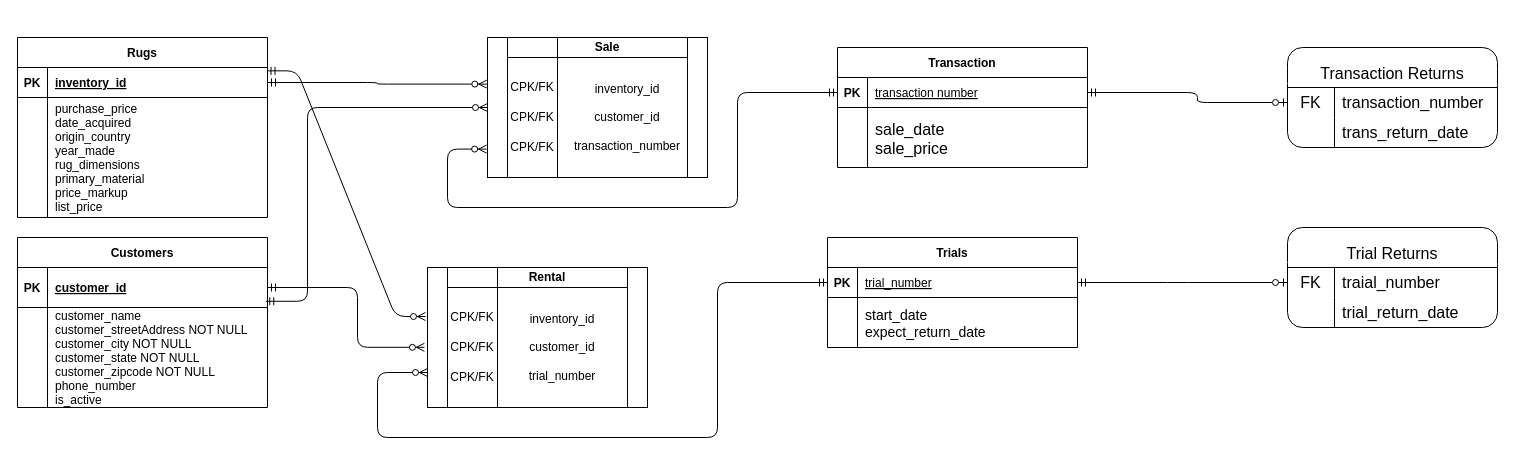
The draw.io diagram Lab04.drawio in m0dileClements/mOdileClements, before the edit. Source tidied: cells renumbered, new cells numbered last; positions are measured from the earlier drawing's top-left corner, leaving out a move shared by most shapes. Both pictures are drawn from the tidied source at 100%, with x=0, y=0 at pixel (17, 37).
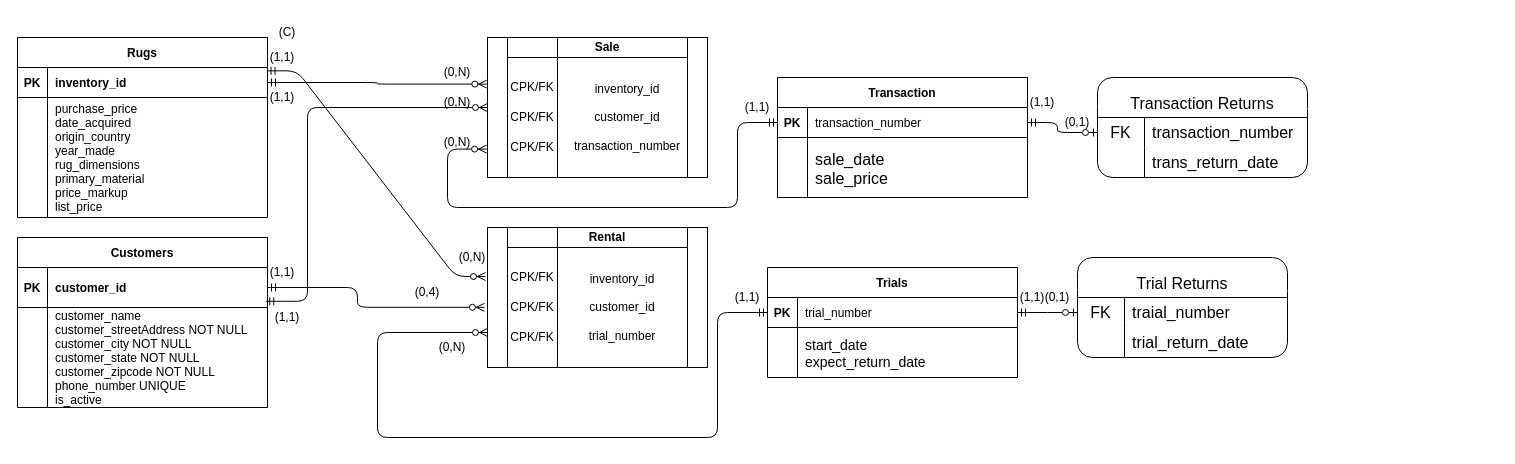
The same page after the edit.

Commit message:
Update Degree Participation Lab04.drawio

Unchanged cells that the change refers to:
```xml
<mxCell id="4" style="shape=partialRectangle;fillColor=none;points=[[0,0.5],[1,0.5]];portConstraint=eastwest;top=0;left=0;right=0;bottom=1;" parent="3" vertex="1">
  <mxGeometry y="30" width="250" height="40" as="geometry" />
</mxCell>
<mxCell id="7" style="shape=partialRectangle;fillColor=none;top=0;left=0;right=0;bottom=0;" parent="3" vertex="1">
  <mxGeometry y="70" width="250" height="100" as="geometry" />
</mxCell>
<mxCell id="11" style="shape=partialRectangle;fillColor=none;points=[[0,0.5],[1,0.5]];portConstraint=eastwest;top=0;left=0;right=0;bottom=1;" parent="10" vertex="1">
  <mxGeometry y="30" width="250" height="30" as="geometry" />
</mxCell>
<mxCell id="18" style="shape=partialRectangle;fillColor=none;points=[[0,0.5],[1,0.5]];portConstraint=eastwest;top=0;left=0;right=0;bottom=1;" parent="17" vertex="1">
  <mxGeometry y="30" width="250" height="30" as="geometry" />
</mxCell>
<mxCell id="25" style="shape=process;whiteSpace=wrap;html=1;backgroundOutline=1;fillStyle=solid;" parent="24" vertex="1">
  <mxGeometry width="220" height="140" as="geometry" />
</mxCell>
<mxCell id="34" style="shape=partialRectangle;fillColor=none;points=[[0,0.5],[1,0.5]];portConstraint=eastwest;top=0;left=0;right=0;bottom=1;" parent="33" vertex="1">
  <mxGeometry y="30" width="250" height="30" as="geometry" />
</mxCell>
<mxCell id="43" style="shape=tableRow;horizontal=0;startSize=0;swimlaneHead=0;swimlaneBody=0;top=0;left=0;bottom=0;right=0;fillColor=none;points=[[0,0.5],[1,0.5]];portConstraint=eastwest;strokeColor=inherit;fontSize=16;" parent="42" vertex="1">
  <mxGeometry y="30" width="210" height="30" as="geometry" />
</mxCell>
<mxCell id="52" style="shape=tableRow;horizontal=0;startSize=0;swimlaneHead=0;swimlaneBody=0;top=0;left=0;bottom=0;right=0;fillColor=none;points=[[0,0.5],[1,0.5]];portConstraint=eastwest;strokeColor=inherit;fontSize=16;" parent="51" vertex="1">
  <mxGeometry y="30" width="210" height="30" as="geometry" />
</mxCell>
<mxCell id="60" style="group;" parent="1" vertex="1">
  <mxGeometry x="470" width="220" height="140" as="geometry" />
</mxCell>
<mxCell id="61" style="shape=process;whiteSpace=wrap;html=1;backgroundOutline=1;fillStyle=solid;" parent="60" vertex="1">
  <mxGeometry width="220" height="140" as="geometry" />
</mxCell>
```

Change to the diagram source:
```diff
@@
-    <mxCell id="6" value="customer_id" style="shape=partialRectangle;overflow=hidden;fillColor=none;top=0;left=0;bottom=0;right=0;align=left;spacingLeft=6;fontStyle=5;" parent="4" vertex="1">
+    <mxCell id="6" value="customer_id" style="shape=partialRectangle;overflow=hidden;fillColor=none;top=0;left=0;bottom=0;right=0;align=left;spacingLeft=6;fontStyle=1;" parent="4" vertex="1">
       <mxGeometry x="30" width="220" height="40" as="geometry" />
     </mxCell>
@@
-    <mxCell id="9" value="customer_name &#10;customer_streetAddress NOT NULL&#10;customer_city NOT NULL&#10;customer_state NOT NULL&#10;customer_zipcode NOT NULL&#10;phone_number&#10;is_active" style="shape=partialRectangle;overflow=hidden;fillColor=none;top=0;left=0;bottom=0;right=0;align=left;spacingLeft=6;" parent="7" vertex="1">
+    <mxCell id="9" value="customer_name &#10;customer_streetAddress NOT NULL&#10;customer_city NOT NULL&#10;customer_state NOT NULL&#10;customer_zipcode NOT NULL&#10;phone_number UNIQUE&#10;is_active" style="shape=partialRectangle;overflow=hidden;fillColor=none;top=0;left=0;bottom=0;right=0;align=left;spacingLeft=6;strokeColor=#FF3333;" parent="7" vertex="1">
       <mxGeometry x="30" width="220" height="100" as="geometry" />
     </mxCell>
     <mxCell id="10" value="Transaction" style="shape=table;startSize=30;childLayout=tableLayout;rowLines=0;fontStyle=1;align=center;" parent="1" vertex="1">
-      <mxGeometry x="820" y="10" width="250" height="120" as="geometry" />
+      <mxGeometry x="760" y="40" width="250" height="120" as="geometry" />
     </mxCell>
@@
-    <mxCell id="13" value="transaction number" style="shape=partialRectangle;overflow=hidden;fillColor=none;top=0;left=0;bottom=0;right=0;align=left;spacingLeft=6;fontStyle=4;" parent="11" vertex="1">
+    <mxCell id="13" value="transaction_number" style="shape=partialRectangle;overflow=hidden;fillColor=none;top=0;left=0;bottom=0;right=0;align=left;spacingLeft=6;fontStyle=0;" parent="11" vertex="1">
       <mxGeometry x="30" width="220" height="30" as="geometry" />
     </mxCell>
@@
-    <mxCell id="20" value="inventory_id" style="shape=partialRectangle;overflow=hidden;fillColor=none;top=0;left=0;bottom=0;right=0;align=left;spacingLeft=6;fontStyle=5;" parent="18" vertex="1">
+    <mxCell id="20" value="inventory_id" style="shape=partialRectangle;overflow=hidden;fillColor=none;top=0;left=0;bottom=0;right=0;align=left;spacingLeft=6;fontStyle=1;" parent="18" vertex="1">
       <mxGeometry x="30" width="220" height="30" as="geometry" />
     </mxCell>
@@
     <mxCell id="24" style="group;" parent="1" vertex="1">
-      <mxGeometry x="410" y="230" width="220" height="140" as="geometry" />
+      <mxGeometry x="470" y="190" width="220" height="140" as="geometry" />
     </mxCell>
@@
     <mxCell id="32" style="edgeStyle=orthogonalEdgeStyle;endArrow=ERzeroToMany;startArrow=ERmandOne;endFill=1;startFill=0;entryX=-0.014;entryY=0.57;entryDx=0;entryDy=0;exitX=1;exitY=0.5;exitDx=0;exitDy=0;entryPerimeter=0;" parent="1" edge="1" source="4" target="25">
       <mxGeometry relative="1" as="geometry">
         <Array as="points">
           <mxPoint x="340" y="250" />
-          <mxPoint x="340" y="310" />
+          <mxPoint x="340" y="270" />
         </Array>
       </mxGeometry>
     </mxCell>
     <mxCell id="33" value="Trials" style="shape=table;startSize=30;childLayout=tableLayout;rowLines=0;fontStyle=1;align=center;" parent="1" vertex="1">
-      <mxGeometry x="810" y="200" width="250" height="110" as="geometry" />
+      <mxGeometry x="750" y="230" width="250" height="110" as="geometry" />
     </mxCell>
@@
-    <mxCell id="36" value="trial_number" style="shape=partialRectangle;overflow=hidden;fillColor=none;top=0;left=0;bottom=0;right=0;align=left;spacingLeft=6;fontStyle=4;" parent="34" vertex="1">
+    <mxCell id="36" value="trial_number" style="shape=partialRectangle;overflow=hidden;fillColor=none;top=0;left=0;bottom=0;right=0;align=left;spacingLeft=6;fontStyle=0;" parent="34" vertex="1">
       <mxGeometry x="30" width="220" height="30" as="geometry" />
     </mxCell>
@@
     <mxCell id="40" style="group;" parent="1" vertex="1">
-      <mxGeometry x="1270" y="10" width="210" height="100" as="geometry" />
+      <mxGeometry x="1080" y="40" width="210" height="100" as="geometry" />
     </mxCell>
@@
     <mxCell id="49" style="group;" parent="1" vertex="1">
-      <mxGeometry x="1270" y="190" width="210" height="100" as="geometry" />
+      <mxGeometry x="1060" y="220" width="210" height="100" as="geometry" />
     </mxCell>
@@
+    <mxCell id="72" value="(0,N)" style="text;html=1;strokeColor=none;fillColor=none;align=center;verticalAlign=middle;whiteSpace=wrap;rounded=0;" parent="60" vertex="1">
+      <mxGeometry x="-60" y="50" width="60" height="30" as="geometry" />
+    </mxCell>
+    <mxCell id="73" value="(0,N)" style="text;html=1;strokeColor=none;fillColor=none;align=center;verticalAlign=middle;whiteSpace=wrap;rounded=0;" parent="60" vertex="1">
+      <mxGeometry x="-60" y="90" width="60" height="30" as="geometry" />
+    </mxCell>
     <mxCell id="68" style="edgeStyle=orthogonalEdgeStyle;endArrow=ERzeroToMany;startArrow=ERmandOne;endFill=1;startFill=0;entryX=-0.004;entryY=0.797;entryDx=0;entryDy=0;entryPerimeter=0;exitX=0;exitY=0.5;exitDx=0;exitDy=0;" parent="1" edge="1" source="11" target="61">
       <mxGeometry relative="1" as="geometry">
         <Array as="points">
-          <mxPoint x="720" y="55" />
+          <mxPoint x="720" y="85" />
           <mxPoint x="720" y="170" />
           <mxPoint x="430" y="170" />
           <mxPoint x="430" y="112" />
         </Array>
       </mxGeometry>
     </mxCell>
     <mxCell id="69" style="edgeStyle=orthogonalEdgeStyle;endArrow=ERzeroToMany;startArrow=ERmandOne;endFill=1;startFill=0;exitX=0;exitY=0.5;exitDx=0;exitDy=0;entryX=0;entryY=0.75;entryDx=0;entryDy=0;" parent="1" edge="1" source="34" target="25">
       <mxGeometry relative="1" as="geometry">
         <Array as="points">
-          <mxPoint x="700" y="245" />
+          <mxPoint x="700" y="275" />
           <mxPoint x="700" y="400" />
           <mxPoint x="360" y="400" />
-          <mxPoint x="360" y="335" />
+          <mxPoint x="360" y="295" />
         </Array>
       </mxGeometry>
     </mxCell>
     <mxCell id="70" style="edgeStyle=orthogonalEdgeStyle;endArrow=ERzeroToOne;startArrow=ERmandOne;endFill=0;startFill=0;exitX=1;exitY=0.5;exitDx=0;exitDy=0;entryX=0;entryY=0.5;entryDx=0;entryDy=0;" parent="1" edge="1" source="34" target="52">
       <mxGeometry relative="1" as="geometry">
         <Array as="points">
-          <mxPoint x="1160" y="245" />
-          <mxPoint x="1160" y="245" />
+          <mxPoint x="1020" y="275" />
+          <mxPoint x="1020" y="275" />
         </Array>
       </mxGeometry>
     </mxCell>
     <mxCell id="71" style="edgeStyle=orthogonalEdgeStyle;endArrow=ERzeroToOne;startArrow=ERmandOne;endFill=0;startFill=0;exitX=1;exitY=0.5;exitDx=0;exitDy=0;entryX=0;entryY=0.5;entryDx=0;entryDy=0;" parent="1" edge="1" source="11" target="43">
       <mxGeometry relative="1" as="geometry">
         <Array as="points">
-          <mxPoint x="1180" y="55" />
-          <mxPoint x="1180" y="65" />
+          <mxPoint x="1040" y="85" />
+          <mxPoint x="1040" y="95" />
         </Array>
       </mxGeometry>
     </mxCell>
+    <mxCell id="74" value="(C)" style="text;html=1;strokeColor=none;fillColor=none;align=center;verticalAlign=middle;whiteSpace=wrap;rounded=0;" parent="1" vertex="1">
+      <mxGeometry x="240" y="-20" width="60" height="30" as="geometry" />
+    </mxCell>
+    <mxCell id="75" value="(0,4)" style="text;html=1;strokeColor=none;fillColor=none;align=center;verticalAlign=middle;whiteSpace=wrap;rounded=0;" parent="1" vertex="1">
+      <mxGeometry x="380" y="240" width="60" height="30" as="geometry" />
+    </mxCell>
+    <mxCell id="76" value="(0,N)" style="text;html=1;strokeColor=none;fillColor=none;align=center;verticalAlign=middle;whiteSpace=wrap;rounded=0;" parent="1" vertex="1">
+      <mxGeometry x="410" y="20" width="60" height="30" as="geometry" />
+    </mxCell>
+    <mxCell id="77" value="(0,1)" style="text;html=1;strokeColor=none;fillColor=none;align=center;verticalAlign=middle;whiteSpace=wrap;rounded=0;" parent="1" vertex="1">
+      <mxGeometry x="1010" y="245" width="60" height="30" as="geometry" />
+    </mxCell>
+    <mxCell id="78" value="(0,1)" style="text;html=1;strokeColor=none;fillColor=none;align=center;verticalAlign=middle;whiteSpace=wrap;rounded=0;" parent="1" vertex="1">
+      <mxGeometry x="1030" y="70" width="60" height="30" as="geometry" />
+    </mxCell>
+    <mxCell id="79" value="(1,1)" style="text;html=1;strokeColor=none;fillColor=none;align=center;verticalAlign=middle;whiteSpace=wrap;rounded=0;" parent="1" vertex="1">
+      <mxGeometry x="700" y="245" width="60" height="30" as="geometry" />
+    </mxCell>
+    <mxCell id="80" value="(1,1)" style="text;html=1;strokeColor=none;fillColor=none;align=center;verticalAlign=middle;whiteSpace=wrap;rounded=0;" parent="1" vertex="1">
+      <mxGeometry x="710" y="55" width="60" height="30" as="geometry" />
+    </mxCell>
+    <mxCell id="81" value="(1,1)" style="text;html=1;strokeColor=none;fillColor=none;align=center;verticalAlign=middle;whiteSpace=wrap;rounded=0;" parent="1" vertex="1">
+      <mxGeometry x="250" y="10" width="30" height="20" as="geometry" />
+    </mxCell>
+    <mxCell id="82" value="(1,1)" style="text;html=1;strokeColor=none;fillColor=none;align=center;verticalAlign=middle;whiteSpace=wrap;rounded=0;" parent="1" vertex="1">
+      <mxGeometry x="250" y="50" width="30" height="20" as="geometry" />
+    </mxCell>
+    <mxCell id="83" value="(1,1)" style="text;html=1;strokeColor=none;fillColor=none;align=center;verticalAlign=middle;whiteSpace=wrap;rounded=0;" parent="1" vertex="1">
+      <mxGeometry x="250" y="225" width="30" height="20" as="geometry" />
+    </mxCell>
+    <mxCell id="84" value="(1,1)" style="text;html=1;strokeColor=none;fillColor=none;align=center;verticalAlign=middle;whiteSpace=wrap;rounded=0;" parent="1" vertex="1">
+      <mxGeometry x="255" y="270" width="30" height="20" as="geometry" />
+    </mxCell>
+    <mxCell id="85" value="(1,1)" style="text;html=1;strokeColor=none;fillColor=none;align=center;verticalAlign=middle;whiteSpace=wrap;rounded=0;" parent="1" vertex="1">
+      <mxGeometry x="1000" y="250" width="30" height="20" as="geometry" />
+    </mxCell>
+    <mxCell id="86" value="(1,1)" style="text;html=1;strokeColor=none;fillColor=none;align=center;verticalAlign=middle;whiteSpace=wrap;rounded=0;" parent="1" vertex="1">
+      <mxGeometry x="1010" y="55" width="30" height="20" as="geometry" />
+    </mxCell>
+    <mxCell id="87" value="(0,N)" style="text;html=1;strokeColor=none;fillColor=none;align=center;verticalAlign=middle;whiteSpace=wrap;rounded=0;" parent="1" vertex="1">
+      <mxGeometry x="420" y="300" width="30" height="20" as="geometry" />
+    </mxCell>
+    <mxCell id="88" value="(0,N)" style="text;html=1;strokeColor=none;fillColor=none;align=center;verticalAlign=middle;whiteSpace=wrap;rounded=0;" parent="1" vertex="1">
+      <mxGeometry x="440" y="210" width="30" height="20" as="geometry" />
+    </mxCell>
```
